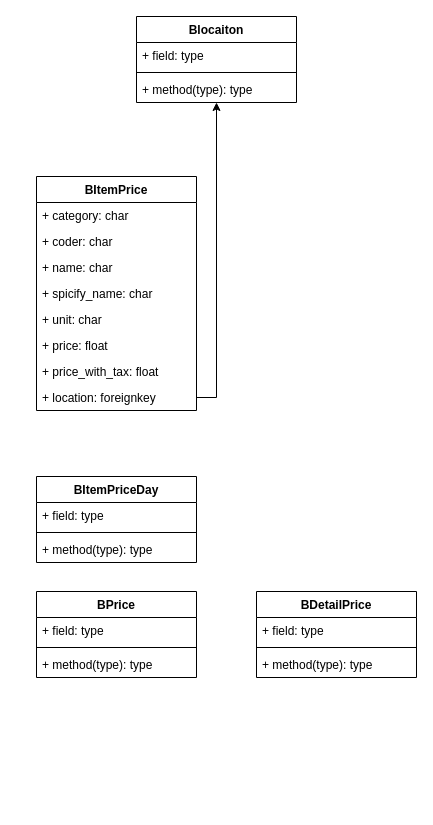
Above: CaiLiaoPrice.drawio in gaochaowyq/MinderGraph (draw.io), before the change. Source tidied: cells renumbered, new cells numbered last; positions are measured from the earlier drawing's top-left corner, leaving out a move shared by most shapes. Both pictures are drawn from the tidied source at 100%, with x=0, y=0 at pixel (36, 16).
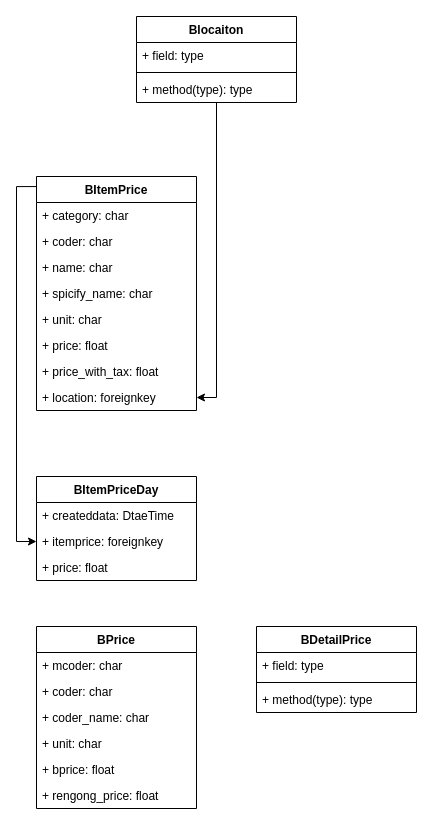
The same page after the edit.

The change refers to these unchanged cells:
```xml
<mxCell id="2" value="Blocaiton" style="swimlane;fontStyle=1;align=center;verticalAlign=top;horizontal=1;startSize=26;" parent="1" vertex="1">
  <mxGeometry x="100" width="160" height="86" as="geometry" />
</mxCell>
<mxCell id="6" value="BItemPrice" style="swimlane;fontStyle=1;align=center;verticalAlign=top;horizontal=1;startSize=26;" parent="1" vertex="1">
  <mxGeometry y="160" width="160" height="234" as="geometry" />
</mxCell>
<mxCell id="14" value="+ location: foreignkey" style="text;strokeColor=none;fillColor=none;align=left;verticalAlign=top;spacingLeft=4;spacingRight=4;overflow=hidden;points=[[0,0.5],[1,0.5]];portConstraint=eastwest;" parent="6" vertex="1">
  <mxGeometry y="208" width="160" height="26" as="geometry" />
</mxCell>
```

Change to the diagram source:
```diff
@@
+    <mxCell id="28" style="edgeStyle=orthogonalEdgeStyle;rounded=0;jettySize=auto;html=1;" parent="1" edge="1" source="2" target="14">
+      <mxGeometry relative="1" as="geometry" />
+    </mxCell>
@@
+    <mxCell id="29" style="edgeStyle=orthogonalEdgeStyle;rounded=0;jettySize=auto;html=1;entryX=0;entryY=0.5;entryDx=0;entryDy=0;exitX=0;exitY=0.043;exitDx=0;exitDy=0;exitPerimeter=0;" parent="1" edge="1" source="6" target="30">
+      <mxGeometry relative="1" as="geometry" />
+    </mxCell>
@@
     <mxCell id="15" value="BItemPriceDay" style="swimlane;fontStyle=1;align=center;verticalAlign=top;horizontal=1;startSize=26;" parent="1" vertex="1">
-      <mxGeometry y="460" width="160" height="86" as="geometry" />
+      <mxGeometry y="460" width="160" height="104" as="geometry" />
     </mxCell>
-    <mxCell id="16" value="+ field: type" style="text;strokeColor=none;fillColor=none;align=left;verticalAlign=top;spacingLeft=4;spacingRight=4;overflow=hidden;" parent="15" vertex="1">
+    <mxCell id="16" value="+ createddata: DtaeTime" style="text;strokeColor=none;fillColor=none;align=left;verticalAlign=top;spacingLeft=4;spacingRight=4;overflow=hidden;" parent="15" vertex="1">
       <mxGeometry y="26" width="160" height="26" as="geometry" />
     </mxCell>
-    <mxCell id="17" style="line;strokeWidth=1;fillColor=none;align=left;verticalAlign=middle;spacingTop=-1;spacingLeft=3;spacingRight=3;labelPosition=right;" parent="15" vertex="1">
-      <mxGeometry y="52" width="160" height="8" as="geometry" />
-    </mxCell>
-    <mxCell id="18" value="+ method(type): type" style="text;strokeColor=none;fillColor=none;align=left;verticalAlign=top;spacingLeft=4;spacingRight=4;overflow=hidden;" parent="15" vertex="1">
-      <mxGeometry y="60" width="160" height="26" as="geometry" />
-    </mxCell>
+    <mxCell id="30" value="+ itemprice: foreignkey" style="text;strokeColor=none;fillColor=none;align=left;verticalAlign=top;spacingLeft=4;spacingRight=4;overflow=hidden;points=[[0,0.5],[1,0.5]];portConstraint=eastwest;" parent="15" vertex="1">
+      <mxGeometry y="52" width="160" height="26" as="geometry" />
+    </mxCell>
+    <mxCell id="31" value="+ price: float" style="text;strokeColor=none;fillColor=none;align=left;verticalAlign=top;spacingLeft=4;spacingRight=4;overflow=hidden;" parent="15" vertex="1">
+      <mxGeometry y="78" width="160" height="26" as="geometry" />
+    </mxCell>
     <mxCell id="19" value="BPrice" style="swimlane;fontStyle=1;align=center;verticalAlign=top;horizontal=1;startSize=26;" parent="1" vertex="1">
-      <mxGeometry y="575" width="160" height="86" as="geometry" />
+      <mxGeometry y="610" width="160" height="182" as="geometry" />
     </mxCell>
-    <mxCell id="20" value="+ field: type" style="text;strokeColor=none;fillColor=none;align=left;verticalAlign=top;spacingLeft=4;spacingRight=4;overflow=hidden;" parent="19" vertex="1">
+    <mxCell id="20" value="+ mcoder: char" style="text;strokeColor=none;fillColor=none;align=left;verticalAlign=top;spacingLeft=4;spacingRight=4;overflow=hidden;" parent="19" vertex="1">
       <mxGeometry y="26" width="160" height="26" as="geometry" />
     </mxCell>
-    <mxCell id="21" style="line;strokeWidth=1;fillColor=none;align=left;verticalAlign=middle;spacingTop=-1;spacingLeft=3;spacingRight=3;labelPosition=right;" parent="19" vertex="1">
-      <mxGeometry y="52" width="160" height="8" as="geometry" />
-    </mxCell>
-    <mxCell id="22" value="+ method(type): type" style="text;strokeColor=none;fillColor=none;align=left;verticalAlign=top;spacingLeft=4;spacingRight=4;overflow=hidden;" parent="19" vertex="1">
-      <mxGeometry y="60" width="160" height="26" as="geometry" />
-    </mxCell>
+    <mxCell id="32" value="+ coder: char" style="text;strokeColor=none;fillColor=none;align=left;verticalAlign=top;spacingLeft=4;spacingRight=4;overflow=hidden;" parent="19" vertex="1">
+      <mxGeometry y="52" width="160" height="26" as="geometry" />
+    </mxCell>
+    <mxCell id="33" value="+ coder_name: char" style="text;strokeColor=none;fillColor=none;align=left;verticalAlign=top;spacingLeft=4;spacingRight=4;overflow=hidden;" parent="19" vertex="1">
+      <mxGeometry y="78" width="160" height="26" as="geometry" />
+    </mxCell>
+    <mxCell id="34" value="+ unit: char" style="text;strokeColor=none;fillColor=none;align=left;verticalAlign=top;spacingLeft=4;spacingRight=4;overflow=hidden;" parent="19" vertex="1">
+      <mxGeometry y="104" width="160" height="26" as="geometry" />
+    </mxCell>
+    <mxCell id="35" value="+ bprice: float" style="text;strokeColor=none;fillColor=none;align=left;verticalAlign=top;spacingLeft=4;spacingRight=4;overflow=hidden;" parent="19" vertex="1">
+      <mxGeometry y="130" width="160" height="26" as="geometry" />
+    </mxCell>
+    <mxCell id="36" value="+ rengong_price: float" style="text;strokeColor=none;fillColor=none;align=left;verticalAlign=top;spacingLeft=4;spacingRight=4;overflow=hidden;" parent="19" vertex="1">
+      <mxGeometry y="156" width="160" height="26" as="geometry" />
+    </mxCell>
     <mxCell id="23" value="BDetailPrice" style="swimlane;fontStyle=1;align=center;verticalAlign=top;horizontal=1;startSize=26;" parent="1" vertex="1">
-      <mxGeometry x="220" y="575" width="160" height="86" as="geometry" />
+      <mxGeometry x="220" y="610" width="160" height="86" as="geometry" />
     </mxCell>
@@
-    <mxCell id="27" style="edgeStyle=orthogonalEdgeStyle;rounded=0;jettySize=auto;html=1;" parent="1" edge="1" source="14" target="2">
-      <mxGeometry relative="1" as="geometry" />
-    </mxCell>
```
